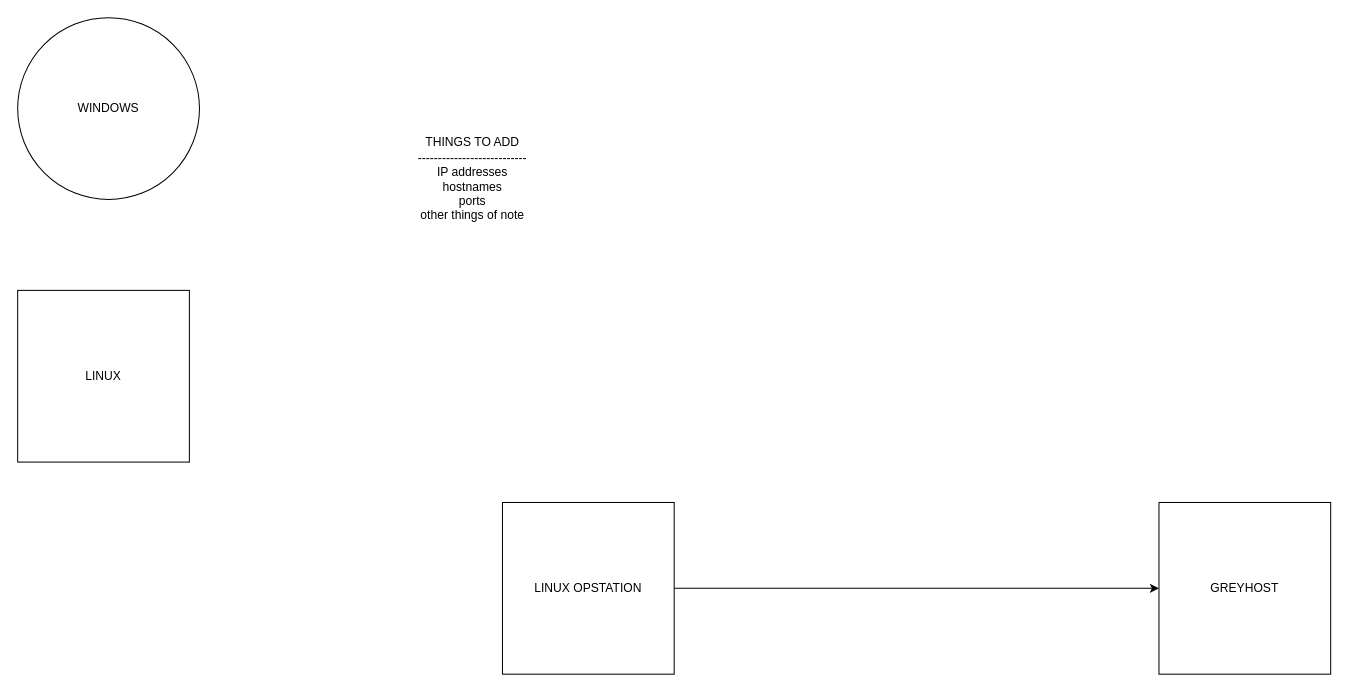
The draw.io diagram maps/map template.drawio in jacobcreedwatkins/offline-security-notes, before the edit. Source tidied: cells renumbered, new cells numbered last; positions are measured from the earlier drawing's top-left corner, leaving out a move shared by most shapes. Both pictures are drawn from the tidied source at 101%, with x=0, y=0 at pixel (17, 17).
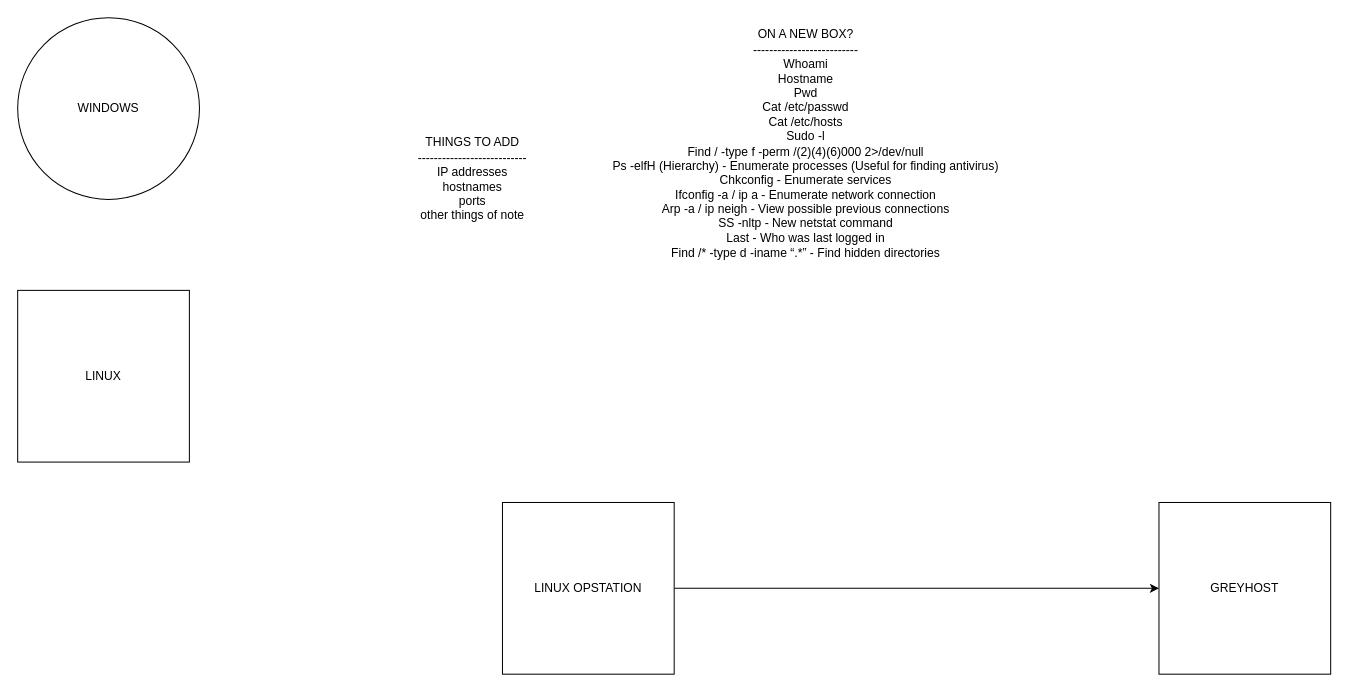
The same page after the edit.

What changed in the source:
```diff
@@
 <mxGraphModel>
   <root>
     <mxCell id="0" />
     <mxCell id="1" parent="0" />
     <mxCell id="2" value="LINUX" style="whiteSpace=wrap;html=1;" parent="1" vertex="1">
       <mxGeometry y="270" width="170" height="170" as="geometry" />
     </mxCell>
     <mxCell id="3" value="WINDOWS" style="ellipse;whiteSpace=wrap;html=1;" parent="1" vertex="1">
       <mxGeometry width="180" height="180" as="geometry" />
     </mxCell>
     <mxCell id="4" style="edgeStyle=orthogonalEdgeStyle;rounded=0;jettySize=auto;html=1;" parent="1" edge="1" source="5">
       <mxGeometry relative="1" as="geometry">
         <mxPoint x="1130" y="565" as="targetPoint" />
       </mxGeometry>
     </mxCell>
     <mxCell id="5" value="LINUX OPSTATION" style="whiteSpace=wrap;html=1;" parent="1" vertex="1">
       <mxGeometry x="480" y="480" width="170" height="170" as="geometry" />
     </mxCell>
     <mxCell id="6" value="GREYHOST" style="whiteSpace=wrap;html=1;" parent="1" vertex="1">
       <mxGeometry x="1130" y="480" width="170" height="170" as="geometry" />
     </mxCell>
     <mxCell id="7" value="THINGS TO ADD&lt;br&gt;---------------------------&lt;br&gt;IP addresses&lt;br&gt;hostnames&lt;br&gt;ports&lt;br&gt;other things of note" style="text;html=1;align=center;verticalAlign=middle;strokeColor=none;fillColor=none;" parent="1" vertex="1">
       <mxGeometry x="390" y="115" width="120" height="90" as="geometry" />
     </mxCell>
+    <mxCell id="8" value="ON A NEW BOX?&lt;br&gt;--------------------------&lt;br&gt;&lt;div&gt;Whoami&lt;/div&gt;&lt;div&gt;Hostname&lt;/div&gt;&lt;div&gt;Pwd&lt;/div&gt;&lt;div&gt;Cat /etc/passwd&lt;/div&gt;&lt;div&gt;Cat /etc/hosts&lt;/div&gt;&lt;div&gt;Sudo -l&lt;/div&gt;&lt;div&gt;Find / -type f -perm /(2)(4)(6)000 2&amp;gt;/dev/null&lt;/div&gt;&lt;div&gt;Ps -elfH (Hierarchy) - Enumerate processes (Useful for finding antivirus)&lt;/div&gt;&lt;div&gt;Chkconfig - Enumerate services&lt;/div&gt;&lt;div&gt;Ifconfig -a / ip a - Enumerate network connection&lt;/div&gt;&lt;div&gt;Arp -a / ip neigh - View possible previous connections&lt;/div&gt;&lt;div&gt;SS -nltp - New netstat command&lt;/div&gt;&lt;div&gt;Last - Who was last logged in&lt;/div&gt;&lt;div&gt;Find /* -type d -iname “.*” - Find hidden directories&lt;/div&gt;" style="text;html=1;align=center;verticalAlign=middle;strokeColor=none;fillColor=none;" parent="1" vertex="1">
+      <mxGeometry x="580" y="10" width="400" height="230" as="geometry" />
+    </mxCell>
   </root>
 </mxGraphModel>
```
